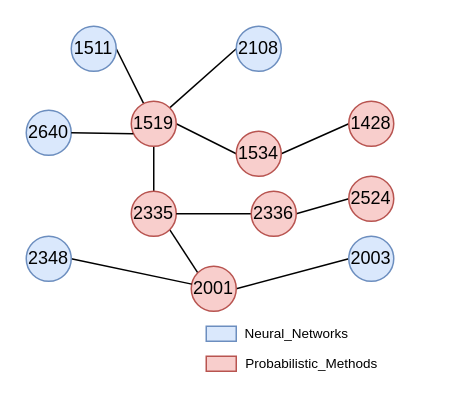
This is 案例分析.drawio from zbyuser/-, a draw.io file, before an edit. Source tidied: cells renumbered, new cells numbered last; positions are measured from the earlier drawing's top-left corner, leaving out a move shared by most shapes. Both pictures are drawn from the tidied source at 150%, with x=0, y=0 at pixel (26, 26).
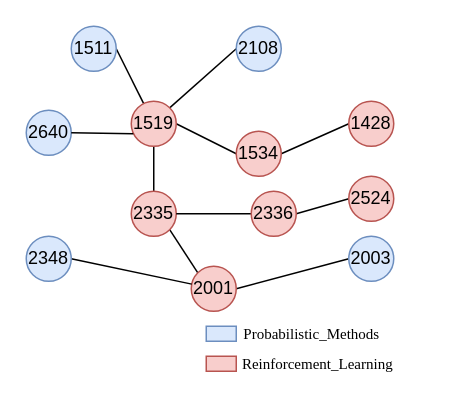
After the change.

Commit message:
更新案例分析.drawio

Change to the diagram source:
```diff
@@
-    <mxCell id="16" value="&lt;p style=&quot;line-height: 19px; white-space-collapse: preserve;&quot;&gt;&lt;font style=&quot;color: rgb(0, 0, 0); font-weight: normal;&quot;&gt;Neural_Networks&lt;/font&gt;&lt;/p&gt;" style="text;strokeColor=none;fillColor=none;html=1;fontSize=9;fontStyle=1;verticalAlign=middle;align=center;strokeWidth=1;" parent="1" vertex="1">
-      <mxGeometry x="110" y="200" width="140" height="10" as="geometry" />
+    <mxCell id="16" value="&lt;p style=&quot;line-height: 19px; white-space-collapse: preserve;&quot;&gt;&lt;span style=&quot;font-weight: normal;&quot; lang=&quot;EN-US&quot;&gt;&lt;font face=&quot;Times New Roman&quot; style=&quot;font-size: 10px;&quot;&gt;Probabilistic_Methods&lt;/font&gt;&lt;/span&gt;&lt;/p&gt;" style="text;strokeColor=none;fillColor=none;html=1;fontSize=9;fontStyle=1;verticalAlign=middle;align=center;strokeWidth=1;" parent="1" vertex="1">
+      <mxGeometry x="120" y="200" width="140" height="10" as="geometry" />
     </mxCell>
-    <mxCell id="17" value="&lt;div style=&quot;font-weight: normal; line-height: 19px; white-space-collapse: preserve;&quot;&gt;&lt;span&gt;&lt;font face=&quot;Helvetica&quot; style=&quot;color: rgb(0, 0, 0);&quot;&gt;Probabilistic_Methods&lt;/font&gt;&lt;/span&gt;&lt;/div&gt;" style="text;strokeColor=none;fillColor=none;html=1;fontSize=9;fontStyle=1;verticalAlign=middle;align=center;strokeWidth=1;" parent="1" vertex="1">
-      <mxGeometry x="120" y="220" width="140" height="10" as="geometry" />
+    <mxCell id="17" value="&lt;div style=&quot;line-height: 19px; white-space-collapse: preserve;&quot;&gt;&lt;span style=&quot;font-weight: normal;&quot; lang=&quot;EN-US&quot;&gt;&lt;font style=&quot;font-size: 10px;&quot; face=&quot;Times New Roman&quot;&gt;Reinforcement_Learning&lt;/font&gt;&lt;/span&gt;&lt;/div&gt;" style="text;strokeColor=none;fillColor=none;html=1;fontSize=9;fontStyle=1;verticalAlign=middle;align=center;strokeWidth=1;" parent="1" vertex="1">
+      <mxGeometry x="124" y="220" width="140" height="10" as="geometry" />
     </mxCell>
```
